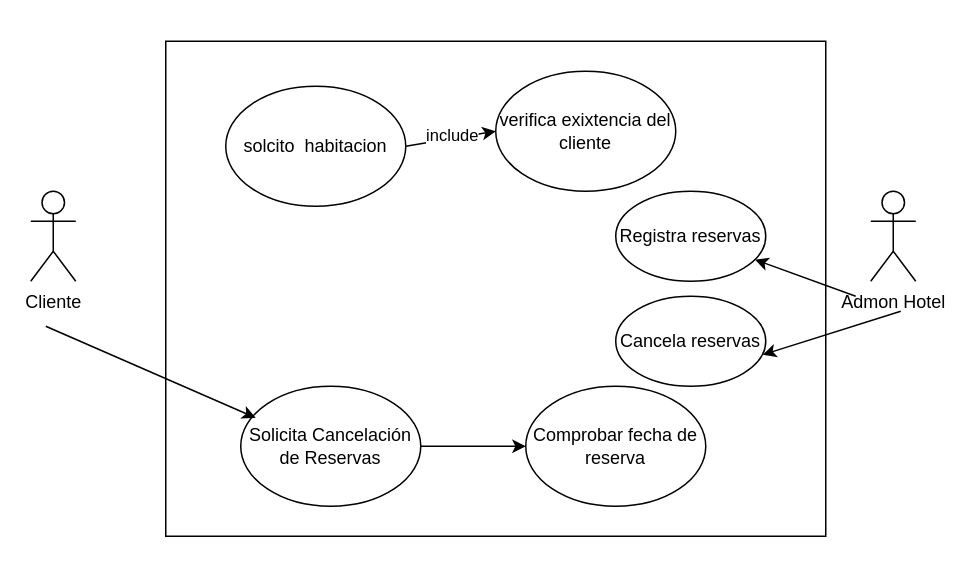
Above: page "Caso de Uso" (1 of 2) of Diagrama sin título.drawio in jhoncampillo/Domarcas (draw.io), before the change. Source tidied: cells renumbered, new cells numbered last; positions are measured from the earlier drawing's top-left corner, leaving out a move shared by most shapes. Both pictures are drawn from the tidied source at 150%, with x=0, y=0 at pixel (30, 40).
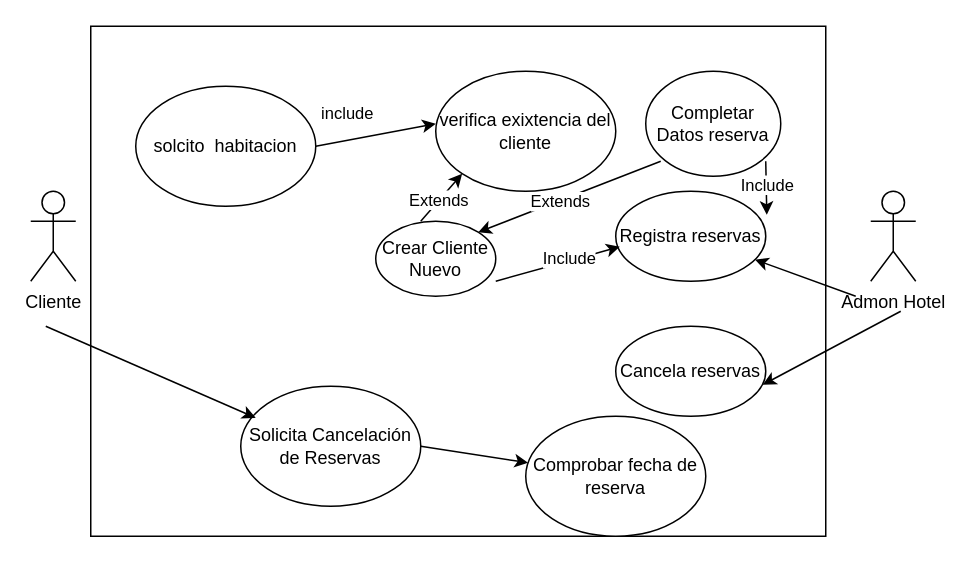
The same diagram, later.

The change refers to these unchanged cells:
```xml
<mxCell id="13" value="Registra reservas" style="ellipse;whiteSpace=wrap;html=1;" parent="1" vertex="1">
  <mxGeometry x="390" y="100" width="100" height="60" as="geometry" />
</mxCell>
```

Change to the diagram source:
```diff
@@
     <mxCell id="2" style="rounded=0;whiteSpace=wrap;html=1;" parent="1" vertex="1">
-      <mxGeometry x="90" width="440" height="330" as="geometry" />
+      <mxGeometry x="40" y="-10" width="490" height="340" as="geometry" />
     </mxCell>
@@
     <mxCell id="5" value="solcito&amp;nbsp; habitacion" style="ellipse;whiteSpace=wrap;html=1;" parent="1" vertex="1">
-      <mxGeometry x="130" y="30" width="120" height="80" as="geometry" />
+      <mxGeometry x="70" y="30" width="120" height="80" as="geometry" />
     </mxCell>
     <mxCell id="6" value="verifica exixtencia del cliente" style="ellipse;whiteSpace=wrap;html=1;" parent="1" vertex="1">
-      <mxGeometry x="310" y="20" width="120" height="80" as="geometry" />
+      <mxGeometry x="270" y="20" width="120" height="80" as="geometry" />
     </mxCell>
-    <mxCell id="7" style="endArrow=classic;html=1;rounded=0;entryX=0;entryY=0.5;entryDx=0;entryDy=0;" parent="1" edge="1" target="6">
+    <mxCell id="7" style="endArrow=classic;html=1;rounded=0;entryX=0;entryY=0.5;entryDx=0;entryDy=0;exitX=1;exitY=0.5;exitDx=0;exitDy=0;" parent="1" edge="1" source="5">
       <mxGeometry relative="1" as="geometry">
-        <mxPoint x="250" y="70" as="sourcePoint" />
+        <mxPoint x="270" y="55" as="targetPoint" />
       </mxGeometry>
     </mxCell>
     <mxCell id="8" value="include" style="edgeLabel;html=1;align=center;verticalAlign=middle;" parent="7" vertex="1">
-      <mxGeometry x="0.03" y="2" relative="1" as="geometry" />
+      <mxGeometry x="0.03" y="2" relative="1" as="geometry">
+        <mxPoint x="-20" y="-13" as="offset" />
+      </mxGeometry>
     </mxCell>
@@
     <mxCell id="11" value="Comprobar fecha de reserva" style="ellipse;whiteSpace=wrap;html=1;" parent="1" vertex="1">
-      <mxGeometry x="330" y="230" width="120" height="80" as="geometry" />
+      <mxGeometry x="330" y="250" width="120" height="80" as="geometry" />
     </mxCell>
@@
     <mxCell id="14" value="Cancela reservas" style="ellipse;whiteSpace=wrap;html=1;" parent="1" vertex="1">
-      <mxGeometry x="390" y="170" width="100" height="60" as="geometry" />
+      <mxGeometry x="390" y="190" width="100" height="60" as="geometry" />
     </mxCell>
@@
+    <mxCell id="17" value="Crear Cliente Nuevo" style="ellipse;whiteSpace=wrap;html=1;" parent="1" vertex="1">
+      <mxGeometry x="230" y="120" width="80" height="50" as="geometry" />
+    </mxCell>
+    <mxCell id="18" style="endArrow=classic;html=1;rounded=0;entryX=0;entryY=1;entryDx=0;entryDy=0;" parent="1" edge="1" target="6">
+      <mxGeometry relative="1" as="geometry">
+        <mxPoint x="260" y="120" as="sourcePoint" />
+      </mxGeometry>
+    </mxCell>
+    <mxCell id="19" value="Extends" style="edgeLabel;html=1;align=center;verticalAlign=middle;" parent="18" vertex="1">
+      <mxGeometry x="-0.09" y="1" relative="1" as="geometry" />
+    </mxCell>
+    <mxCell id="20" value="Completar Datos reserva" style="ellipse;whiteSpace=wrap;html=1;" parent="1" vertex="1">
+      <mxGeometry x="410" y="20" width="90" height="70" as="geometry" />
+    </mxCell>
+    <mxCell id="21" style="endArrow=classic;html=1;rounded=0;entryX=1;entryY=0;entryDx=0;entryDy=0;" parent="1" edge="1" target="17">
+      <mxGeometry relative="1" as="geometry">
+        <mxPoint x="420" y="80" as="sourcePoint" />
+      </mxGeometry>
+    </mxCell>
+    <mxCell id="22" value="Extends" style="edgeLabel;html=1;align=center;verticalAlign=middle;" parent="21" vertex="1">
+      <mxGeometry x="0.1" relative="1" as="geometry" />
+    </mxCell>
+    <mxCell id="23" style="endArrow=classic;html=1;rounded=0;entryX=0.027;entryY=0.617;entryDx=0;entryDy=0;entryPerimeter=0;" parent="1" edge="1" target="13">
+      <mxGeometry relative="1" as="geometry">
+        <mxPoint x="310" y="160" as="sourcePoint" />
+      </mxGeometry>
+    </mxCell>
+    <mxCell id="24" value="Include" style="edgeLabel;html=1;align=center;verticalAlign=middle;" parent="23" vertex="1">
+      <mxGeometry x="0.19" y="2" relative="1" as="geometry" />
+    </mxCell>
+    <mxCell id="25" style="endArrow=classic;html=1;rounded=0;entryX=1.007;entryY=0.261;entryDx=0;entryDy=0;entryPerimeter=0;" parent="1" edge="1" target="13">
+      <mxGeometry relative="1" as="geometry">
+        <mxPoint x="490" y="80" as="sourcePoint" />
+      </mxGeometry>
+    </mxCell>
+    <mxCell id="26" value="Include" style="edgeLabel;html=1;align=center;verticalAlign=middle;" parent="25" vertex="1">
+      <mxGeometry x="-0.12" relative="1" as="geometry" />
+    </mxCell>
```
